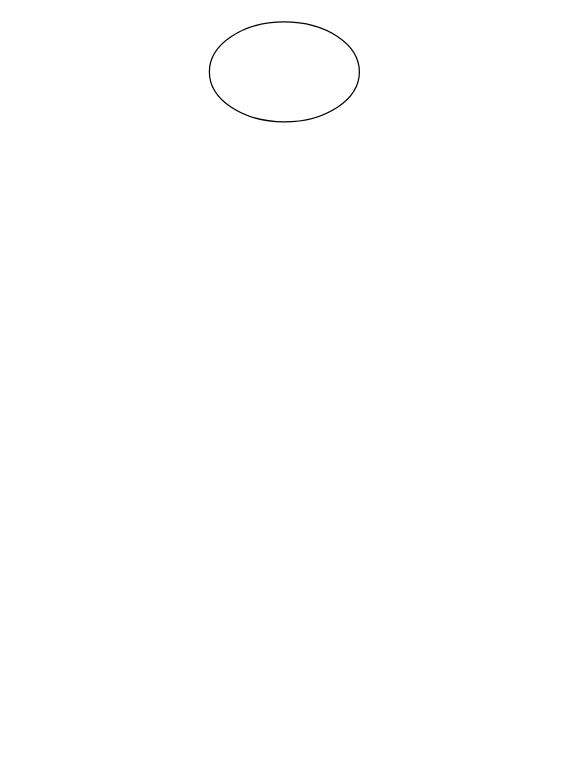
This is try.drawio from frhanagus/learn, a draw.io file, before an edit. Source tidied: cells renumbered, new cells numbered last; positions are measured from the earlier drawing's top-left corner, leaving out a move shared by most shapes. Both pictures are drawn from the tidied source at 125%, with x=0, y=0 at pixel (209, 21).
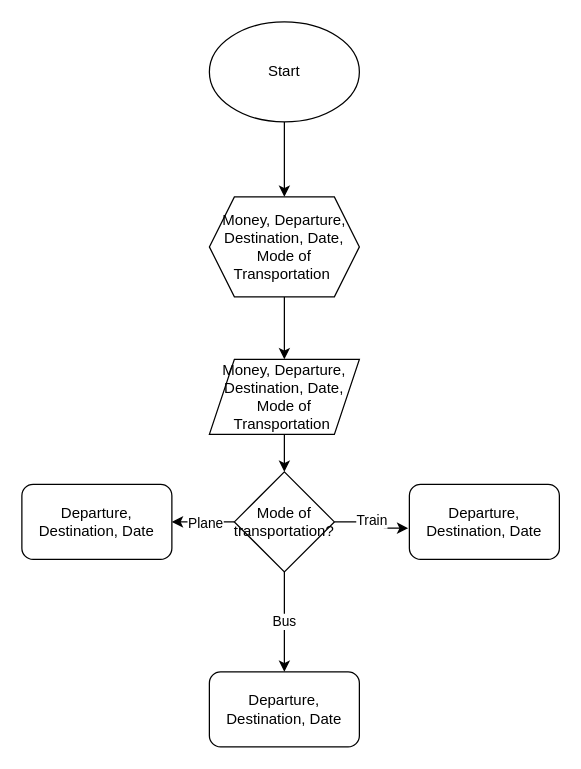
The same diagram, later.

The edit, as a diff of the source:
```diff
@@
 <mxGraphModel>
   <root>
     <mxCell id="0" />
     <mxCell id="1" parent="0" />
+    <mxCell id="3" style="edgeStyle=orthogonalEdgeStyle;rounded=0;jettySize=auto;html=1;entryX=0.5;entryY=0;entryDx=0;entryDy=0;" parent="1" edge="1" source="2" target="5">
+      <mxGeometry relative="1" as="geometry" />
+    </mxCell>
-    <mxCell id="2" style="ellipse;whiteSpace=wrap;html=1;" parent="1" vertex="1">
+    <mxCell id="2" value="Start" style="ellipse;whiteSpace=wrap;html=1;" parent="1" vertex="1">
       <mxGeometry width="120" height="80" as="geometry" />
     </mxCell>
+    <mxCell id="4" style="edgeStyle=orthogonalEdgeStyle;rounded=0;jettySize=auto;html=1;entryX=0.5;entryY=0;entryDx=0;entryDy=0;" parent="1" edge="1" source="5" target="7">
+      <mxGeometry relative="1" as="geometry" />
+    </mxCell>
+    <mxCell id="5" value="Money, Departure, Destination, Date, Mode of Transportation&amp;nbsp;" style="shape=hexagon;perimeter=hexagonPerimeter2;whiteSpace=wrap;html=1;fixedSize=1;" parent="1" vertex="1">
+      <mxGeometry y="140" width="120" height="80" as="geometry" />
+    </mxCell>
+    <mxCell id="6" style="edgeStyle=orthogonalEdgeStyle;rounded=0;jettySize=auto;html=1;entryX=0.5;entryY=0;entryDx=0;entryDy=0;" parent="1" edge="1" source="7" target="11">
+      <mxGeometry relative="1" as="geometry" />
+    </mxCell>
+    <mxCell id="7" value="Money, Departure, Destination, Date, Mode of Transportation&amp;nbsp;" style="shape=parallelogram;perimeter=parallelogramPerimeter;whiteSpace=wrap;html=1;fixedSize=1;" parent="1" vertex="1">
+      <mxGeometry y="270" width="120" height="60" as="geometry" />
+    </mxCell>
+    <mxCell id="8" style="edgeStyle=orthogonalEdgeStyle;rounded=0;jettySize=auto;html=1;entryX=1;entryY=0.5;entryDx=0;entryDy=0;" parent="1" edge="1" source="11" target="16">
+      <mxGeometry relative="1" as="geometry" />
+    </mxCell>
+    <mxCell id="9" value="Plane" style="edgeLabel;html=1;align=center;verticalAlign=middle;" parent="8" vertex="1">
+      <mxGeometry x="-0.03" relative="1" as="geometry" />
+    </mxCell>
+    <mxCell id="10" value="Bus" style="edgeStyle=orthogonalEdgeStyle;rounded=0;jettySize=auto;html=1;entryX=0.5;entryY=0;entryDx=0;entryDy=0;" parent="1" edge="1" source="11" target="15">
+      <mxGeometry relative="1" as="geometry" />
+    </mxCell>
+    <mxCell id="11" value="Mode of transportation?" style="rhombus;whiteSpace=wrap;html=1;" parent="1" vertex="1">
+      <mxGeometry x="20" y="360" width="80" height="80" as="geometry" />
+    </mxCell>
+    <mxCell id="12" value="Departure, Destination, Date" style="rounded=1;whiteSpace=wrap;html=1;" parent="1" vertex="1">
+      <mxGeometry x="160" y="370" width="120" height="60" as="geometry" />
+    </mxCell>
+    <mxCell id="13" style="edgeStyle=orthogonalEdgeStyle;rounded=0;jettySize=auto;html=1;entryX=-0.008;entryY=0.584;entryDx=0;entryDy=0;entryPerimeter=0;" parent="1" edge="1" source="11" target="12">
+      <mxGeometry relative="1" as="geometry">
+        <Array as="points">
+          <mxPoint x="140" y="400" />
+          <mxPoint x="140" y="405" />
+        </Array>
+      </mxGeometry>
+    </mxCell>
+    <mxCell id="14" value="Train" style="edgeLabel;html=1;align=center;verticalAlign=middle;" parent="13" vertex="1">
+      <mxGeometry x="-0.09" y="2" relative="1" as="geometry" />
+    </mxCell>
+    <mxCell id="15" value="Departure, Destination, Date" style="rounded=1;whiteSpace=wrap;html=1;" parent="1" vertex="1">
+      <mxGeometry y="520" width="120" height="60" as="geometry" />
+    </mxCell>
+    <mxCell id="16" value="Departure, Destination, Date" style="rounded=1;whiteSpace=wrap;html=1;" parent="1" vertex="1">
+      <mxGeometry x="-150" y="370" width="120" height="60" as="geometry" />
+    </mxCell>
   </root>
 </mxGraphModel>
```
